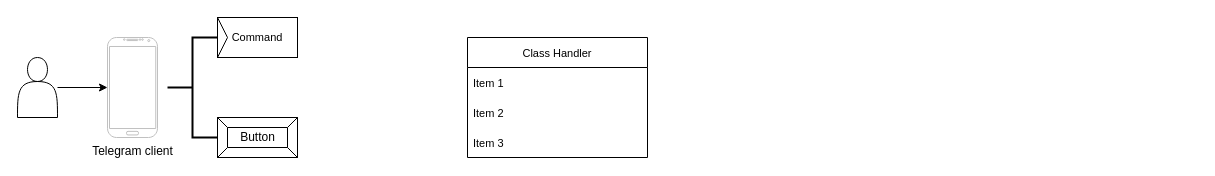
The draw.io diagram page "Messages Handler" (2 of 2) of diagram.drawio in MasterYoooda/Telegame, before the edit. Source tidied: cells renumbered, new cells numbered last; positions are measured from the earlier drawing's top-left corner, leaving out a move shared by most shapes. Both pictures are drawn from the tidied source at 100%, with x=0, y=0 at pixel (17, 17).
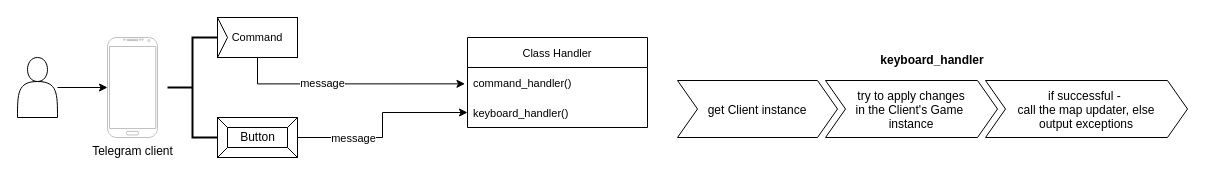
Above is the later version.

Diff of the diagram source:
```diff
@@
 <mxGraphModel>
   <root>
     <mxCell id="0" />
     <mxCell id="1" parent="0" />
     <mxCell id="2" style="edgeStyle=none;rounded=0;jettySize=auto;html=1;" parent="1" edge="1" source="3" target="4">
       <mxGeometry relative="1" as="geometry" />
     </mxCell>
     <mxCell id="3" style="shape=actor;whiteSpace=wrap;html=1;" parent="1" vertex="1">
       <mxGeometry y="40" width="40" height="60" as="geometry" />
     </mxCell>
     <mxCell id="4" value="Telegram client" style="verticalLabelPosition=bottom;verticalAlign=top;html=1;shadow=0;dashed=0;strokeWidth=1;shape=mxgraph.android.phone2;strokeColor=#c0c0c0;" parent="1" vertex="1">
       <mxGeometry x="90" y="20" width="50" height="100" as="geometry" />
     </mxCell>
     <mxCell id="5" style="strokeWidth=2;html=1;shape=mxgraph.flowchart.annotation_2;align=left;labelPosition=right;" parent="1" vertex="1">
       <mxGeometry x="150" y="20" width="50" height="100" as="geometry" />
     </mxCell>
+    <mxCell id="13" style="edgeStyle=orthogonalEdgeStyle;rounded=0;jettySize=auto;html=1;entryX=0;entryY=0.5;entryDx=0;entryDy=0;" parent="1" edge="1" source="6" target="11">
+      <mxGeometry relative="1" as="geometry" />
+    </mxCell>
+    <mxCell id="14" value="message" style="edgeLabel;html=1;align=center;verticalAlign=middle;" parent="13" vertex="1">
+      <mxGeometry x="-0.44" relative="1" as="geometry" />
+    </mxCell>
     <mxCell id="6" value="Button" style="labelPosition=center;verticalLabelPosition=middle;align=center;html=1;shape=mxgraph.basic.button;dx=10;" parent="1" vertex="1">
       <mxGeometry x="200" y="100" width="80" height="40" as="geometry" />
     </mxCell>
+    <mxCell id="15" style="edgeStyle=orthogonalEdgeStyle;rounded=0;jettySize=auto;html=1;entryX=-0.014;entryY=0.545;entryDx=0;entryDy=0;entryPerimeter=0;" parent="1" edge="1" source="7" target="10">
+      <mxGeometry relative="1" as="geometry" />
+    </mxCell>
+    <mxCell id="16" value="message" style="edgeLabel;html=1;align=center;verticalAlign=middle;" parent="15" vertex="1">
+      <mxGeometry x="-0.22" y="1" relative="1" as="geometry" />
+    </mxCell>
     <mxCell id="7" value="&lt;font style=&quot;font-size: 11px&quot;&gt;Command&lt;/font&gt;" style="html=1;whiteSpace=wrap;" parent="1" vertex="1">
       <mxGeometry x="200" width="80" height="40" as="geometry" />
     </mxCell>
     <mxCell id="8" style="triangle;html=1;whiteSpace=wrap;" parent="7" vertex="1">
       <mxGeometry width="10" height="40" as="geometry" />
     </mxCell>
     <mxCell id="9" value="Class Handler" style="swimlane;fontStyle=0;horizontal=1;startSize=30;fontSize=11;" parent="1" vertex="1">
-      <mxGeometry x="450" y="20" width="180" height="120" as="geometry" />
+      <mxGeometry x="450" y="20" width="180" height="90" as="geometry" />
     </mxCell>
-    <mxCell id="10" value="Item 1" style="text;strokeColor=none;fillColor=none;align=left;verticalAlign=middle;spacingLeft=4;spacingRight=4;overflow=hidden;points=[[0,0.5],[1,0.5]];portConstraint=eastwest;fontSize=11;" parent="9" vertex="1">
+    <mxCell id="10" value="command_handler()" style="text;strokeColor=none;fillColor=none;align=left;verticalAlign=middle;spacingLeft=4;spacingRight=4;overflow=hidden;points=[[0,0.5],[1,0.5]];portConstraint=eastwest;fontSize=11;" parent="9" vertex="1">
       <mxGeometry y="30" width="180" height="30" as="geometry" />
     </mxCell>
-    <mxCell id="11" value="Item 2" style="text;strokeColor=none;fillColor=none;align=left;verticalAlign=middle;spacingLeft=4;spacingRight=4;overflow=hidden;points=[[0,0.5],[1,0.5]];portConstraint=eastwest;fontSize=11;" parent="9" vertex="1">
+    <mxCell id="11" value="keyboard_handler()" style="text;strokeColor=none;fillColor=none;align=left;verticalAlign=middle;spacingLeft=4;spacingRight=4;overflow=hidden;points=[[0,0.5],[1,0.5]];portConstraint=eastwest;fontSize=11;" parent="9" vertex="1">
       <mxGeometry y="60" width="180" height="30" as="geometry" />
     </mxCell>
-    <mxCell id="12" value="Item 3" style="text;strokeColor=none;fillColor=none;align=left;verticalAlign=middle;spacingLeft=4;spacingRight=4;overflow=hidden;fontSize=11;" parent="9" vertex="1">
-      <mxGeometry y="90" width="180" height="30" as="geometry" />
-    </mxCell>
+    <mxCell id="17" value="keyboard_handler" style="swimlane;horizontal=1;fillColor=none;strokeColor=none;stackBorder=10;align=center;fontColor=#000000;" parent="1" vertex="1">
+      <mxGeometry x="650" y="30" width="530" height="100" as="geometry" />
+    </mxCell>
+    <mxCell id="18" value="get Client instance" style="shape=step;perimeter=stepPerimeter;fixedSize=1;" parent="17" vertex="1">
+      <mxGeometry x="10" y="33" width="160" height="57" as="geometry" />
+    </mxCell>
+    <mxCell id="19" value="try to apply changes&#10;in the Client's Game &#10;instance" style="shape=step;perimeter=stepPerimeter;fixedSize=1;" parent="17" vertex="1">
+      <mxGeometry x="158" y="33" width="172" height="57" as="geometry" />
+    </mxCell>
+    <mxCell id="20" value="if successful - &#10;call the map updater, else&#10;output exceptions" style="shape=step;perimeter=stepPerimeter;fixedSize=1;" parent="17" vertex="1">
+      <mxGeometry x="318" y="33" width="202" height="57" as="geometry" />
+    </mxCell>
   </root>
 </mxGraphModel>
```
